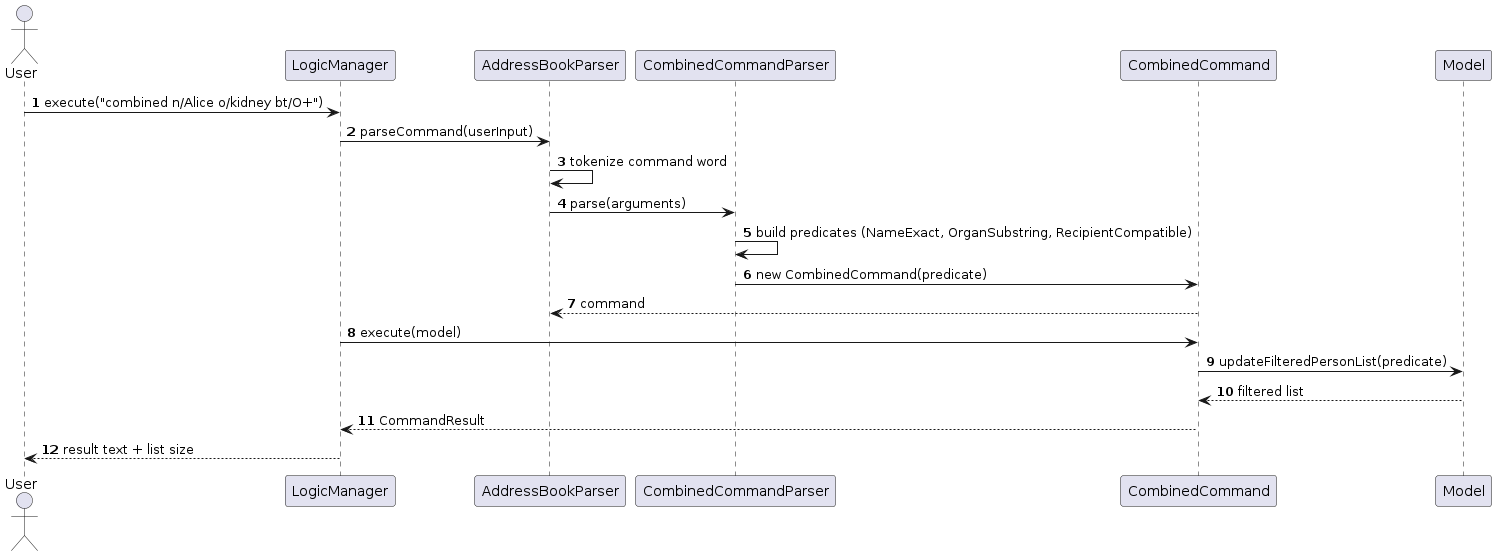
Before: diagrams/CombinedCommandSequenceDiagram.png, a diagram exported from PlantUML (IsaiahToh/tp). Its source is kept beside it as diagrams/CombinedCommandSequenceDiagram.puml.
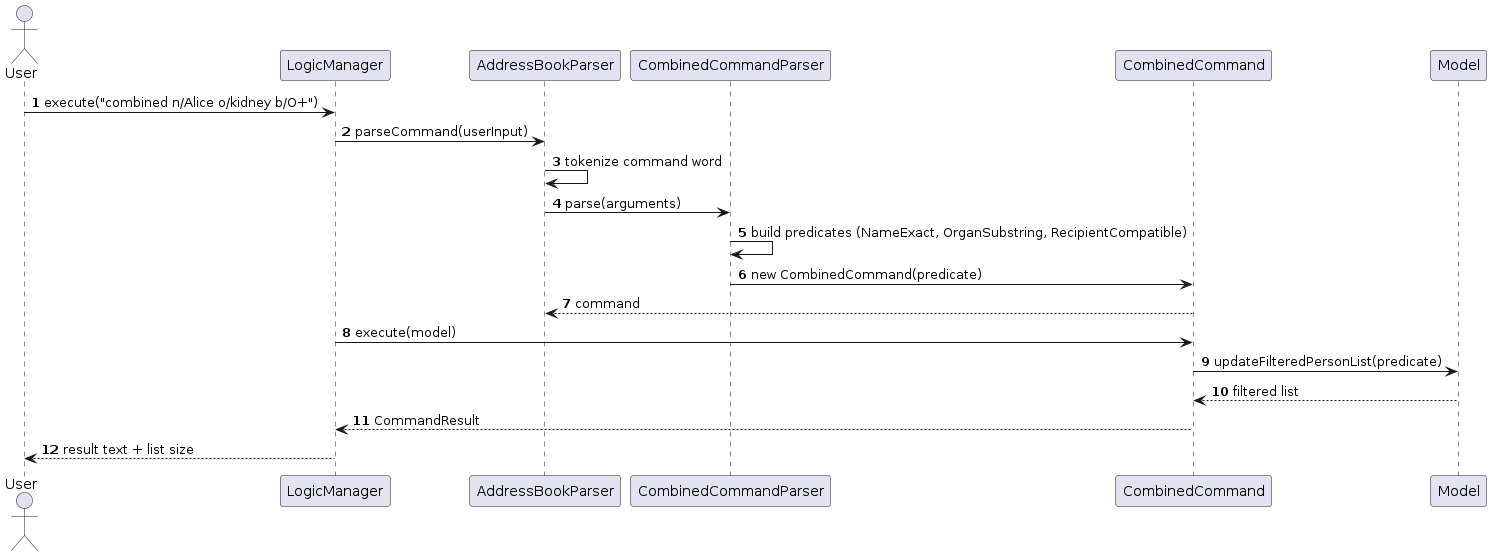
The same file after the commit.

What changed in the source:
```diff
@@ -8,7 +8,7 @@
 participant "CombinedCommand" as CC
 participant "Model" as Model
 
-User -> Logic : execute("combined n/Alice o/kidney bt/O+")
+User -> Logic : execute("combined n/Alice o/kidney b/O+")
 Logic -> ABP : parseCommand(userInput)
 ABP -> ABP : tokenize command word
 ABP -> CCP : parse(arguments)
```
